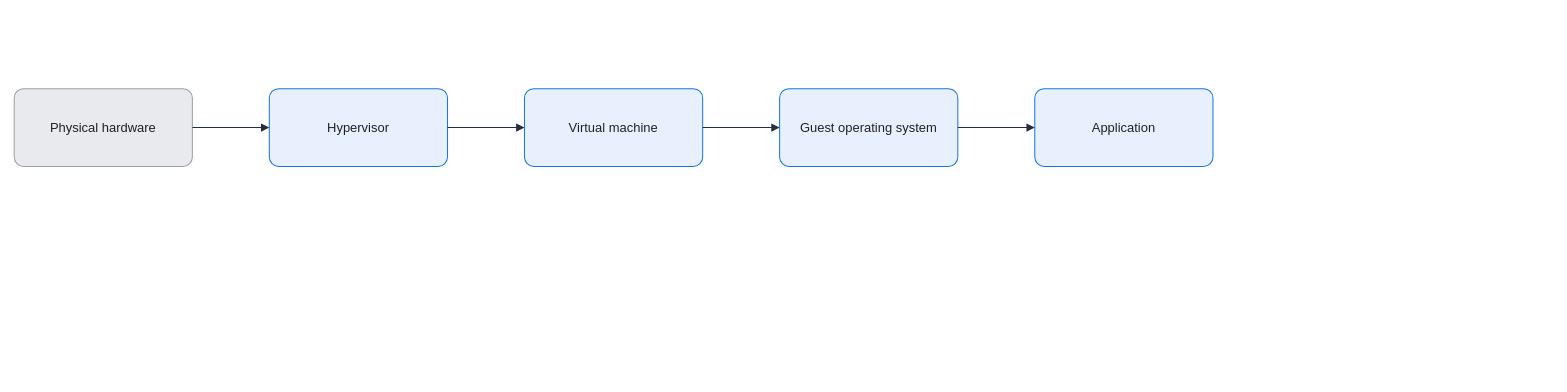
The draw.io diagram assets/img/virtualization/virtualization-model.drawio in KKamJi98/kkamji98.github.io, before the edit. Source tidied: cells renumbered, new cells numbered last; positions are measured from the earlier drawing's top-left corner, leaving out a move shared by most shapes. Both pictures are drawn from the tidied source at 81%, with x=0, y=0 at pixel (14, 88).
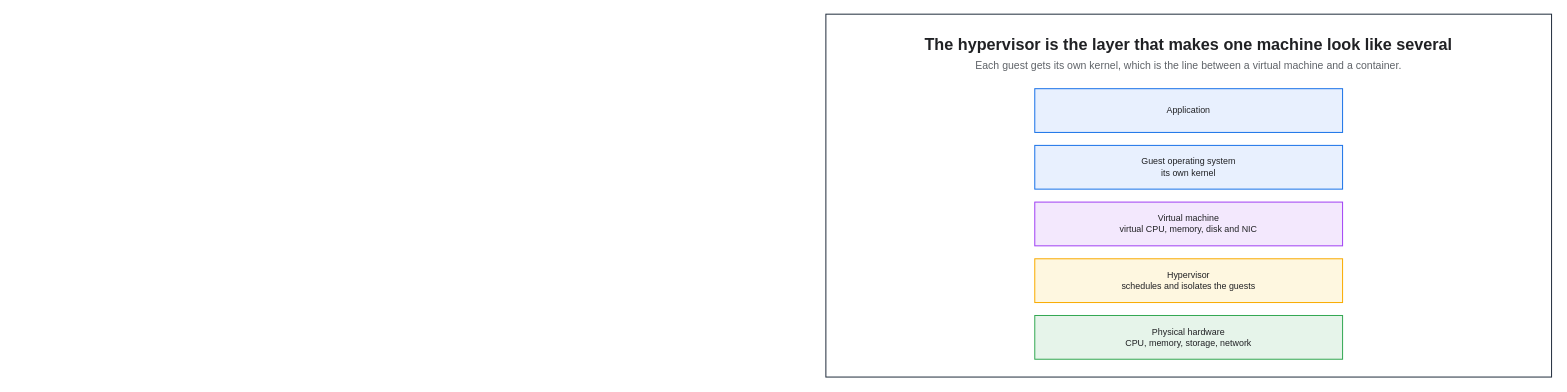
Above is the later version.

The edit, as a diff of the source:
```diff
@@
 <mxGraphModel background="#FFFFFF">
   <root>
     <mxCell id="0" />
     <mxCell id="1" parent="0" />
-    <mxCell id="2" value="Physical hardware" style="rounded=1;arcSize=12;whiteSpace=wrap;html=0;fillColor=#E8EAED;strokeColor=#9AA0A6;strokeWidth=1.25;fontColor=#202124;fontSize=16;align=center;verticalAlign=middle;spacing=8;shadow=0;" parent="1" vertex="1">
-      <mxGeometry width="220" height="96" as="geometry" />
-    </mxCell>
-    <mxCell id="3" value="Hypervisor" style="rounded=1;arcSize=12;whiteSpace=wrap;html=0;fillColor=#E8F0FE;strokeColor=#1A73E8;strokeWidth=1.25;fontColor=#202124;fontSize=16;align=center;verticalAlign=middle;spacing=8;shadow=0;" parent="1" vertex="1">
-      <mxGeometry x="315" width="220" height="96" as="geometry" />
-    </mxCell>
-    <mxCell id="4" value="Virtual machine" style="rounded=1;arcSize=12;whiteSpace=wrap;html=0;fillColor=#E8F0FE;strokeColor=#1A73E8;strokeWidth=1.25;fontColor=#202124;fontSize=16;align=center;verticalAlign=middle;spacing=8;shadow=0;" parent="1" vertex="1">
-      <mxGeometry x="630" width="220" height="96" as="geometry" />
-    </mxCell>
-    <mxCell id="5" value="Guest operating system" style="rounded=1;arcSize=12;whiteSpace=wrap;html=0;fillColor=#E8F0FE;strokeColor=#1A73E8;strokeWidth=1.25;fontColor=#202124;fontSize=16;align=center;verticalAlign=middle;spacing=8;shadow=0;" parent="1" vertex="1">
-      <mxGeometry x="945" width="220" height="96" as="geometry" />
-    </mxCell>
+    <mxCell id="11" style="rounded=0;html=0;fillColor=none;strokeColor=#232F3E;fontColor=#202124;strokeWidth=1.25;" parent="1" vertex="1">
+      <mxGeometry x="1002.1" y="-92" width="895.9" height="448" as="geometry" />
+    </mxCell>
+    <mxCell id="12" value="The hypervisor is the layer that makes one machine look like several" style="text;html=0;whiteSpace=wrap;fillColor=none;strokeColor=none;fontColor=#202124;fontSize=20;fontStyle=1;align=center;verticalAlign=middle;" parent="1" vertex="1">
+      <mxGeometry x="1024.1" y="-70" width="851.9" height="30" as="geometry" />
+    </mxCell>
+    <mxCell id="13" value="Each guest gets its own kernel, which is the line between a virtual machine and a container." style="text;html=0;whiteSpace=wrap;fillColor=none;strokeColor=none;fontColor=#5F6368;fontSize=13;fontStyle=0;align=center;verticalAlign=middle;" parent="1" vertex="1">
+      <mxGeometry x="1024.1" y="-40" width="851.9" height="22" as="geometry" />
+    </mxCell>
-    <mxCell id="6" value="Application" style="rounded=1;arcSize=12;whiteSpace=wrap;html=0;fillColor=#E8F0FE;strokeColor=#1A73E8;strokeWidth=1.25;fontColor=#202124;fontSize=16;align=center;verticalAlign=middle;spacing=8;shadow=0;" parent="1" vertex="1">
-      <mxGeometry x="1260" width="220" height="96" as="geometry" />
+    <mxCell id="6" value="Application" style="rounded=0;whiteSpace=wrap;html=0;fillColor=#E8F0FE;strokeColor=#1A73E8;fontColor=#202124;fontSize=11;fontStyle=0;align=center;verticalAlign=middle;spacingLeft=6;spacingRight=6;strokeWidth=1.25;" parent="1" vertex="1">
+      <mxGeometry x="1260" width="380" height="54" as="geometry" />
     </mxCell>
-    <mxCell id="7" style="edgeStyle=orthogonalEdgeStyle;rounded=0;jettySize=auto;html=0;endArrow=block;endFill=1;strokeColor=#232F3E;strokeWidth=1.25;fontColor=#202124;labelBackgroundColor=none;exitX=1;exitY=0.5;exitDx=0;exitDy=0;entryX=0;entryY=0.5;entryDx=0;entryDy=0;endSize=7;" parent="1" edge="1" source="2" target="3">
-      <mxGeometry relative="1" as="geometry" />
-    </mxCell>
-    <mxCell id="8" style="edgeStyle=orthogonalEdgeStyle;rounded=0;jettySize=auto;html=0;endArrow=block;endFill=1;strokeColor=#232F3E;strokeWidth=1.25;fontColor=#202124;labelBackgroundColor=none;exitX=1;exitY=0.5;exitDx=0;exitDy=0;entryX=0;entryY=0.5;entryDx=0;entryDy=0;endSize=7;" parent="1" edge="1" source="3" target="4">
-      <mxGeometry relative="1" as="geometry" />
-    </mxCell>
-    <mxCell id="9" style="edgeStyle=orthogonalEdgeStyle;rounded=0;jettySize=auto;html=0;endArrow=block;endFill=1;strokeColor=#232F3E;strokeWidth=1.25;fontColor=#202124;labelBackgroundColor=none;exitX=1;exitY=0.5;exitDx=0;exitDy=0;entryX=0;entryY=0.5;entryDx=0;entryDy=0;endSize=7;" parent="1" edge="1" source="4" target="5">
-      <mxGeometry relative="1" as="geometry" />
-    </mxCell>
-    <mxCell id="10" style="edgeStyle=orthogonalEdgeStyle;rounded=0;jettySize=auto;html=0;endArrow=block;endFill=1;strokeColor=#232F3E;strokeWidth=1.25;fontColor=#202124;labelBackgroundColor=none;exitX=1;exitY=0.5;exitDx=0;exitDy=0;entryX=0;entryY=0.5;entryDx=0;entryDy=0;endSize=7;" parent="1" edge="1" source="5" target="6">
-      <mxGeometry relative="1" as="geometry" />
-    </mxCell>
+    <mxCell id="14" value="Guest operating system&#10;its own kernel" style="rounded=0;whiteSpace=wrap;html=0;fillColor=#E8F0FE;strokeColor=#1A73E8;fontColor=#202124;fontSize=11;fontStyle=0;align=center;verticalAlign=middle;spacingLeft=6;spacingRight=6;strokeWidth=1.25;" parent="1" vertex="1">
+      <mxGeometry x="1260" y="70" width="380" height="54" as="geometry" />
+    </mxCell>
+    <mxCell id="15" value="Virtual machine&#10;virtual CPU, memory, disk and NIC" style="rounded=0;whiteSpace=wrap;html=0;fillColor=#F3E8FD;strokeColor=#A142F4;fontColor=#202124;fontSize=11;fontStyle=0;align=center;verticalAlign=middle;spacingLeft=6;spacingRight=6;strokeWidth=1.25;" parent="1" vertex="1">
+      <mxGeometry x="1260" y="140" width="380" height="54" as="geometry" />
+    </mxCell>
+    <mxCell id="16" value="Hypervisor&#10;schedules and isolates the guests" style="rounded=0;whiteSpace=wrap;html=0;fillColor=#FEF7E0;strokeColor=#F9AB00;fontColor=#202124;fontSize=11;fontStyle=0;align=center;verticalAlign=middle;spacingLeft=6;spacingRight=6;strokeWidth=1.25;" parent="1" vertex="1">
+      <mxGeometry x="1260" y="210" width="380" height="54" as="geometry" />
+    </mxCell>
+    <mxCell id="17" value="Physical hardware&#10;CPU, memory, storage, network" style="rounded=0;whiteSpace=wrap;html=0;fillColor=#E6F4EA;strokeColor=#34A853;fontColor=#202124;fontSize=11;fontStyle=0;align=center;verticalAlign=middle;spacingLeft=6;spacingRight=6;strokeWidth=1.25;" parent="1" vertex="1">
+      <mxGeometry x="1260" y="280" width="380" height="54" as="geometry" />
+    </mxCell>
   </root>
 </mxGraphModel>
```
